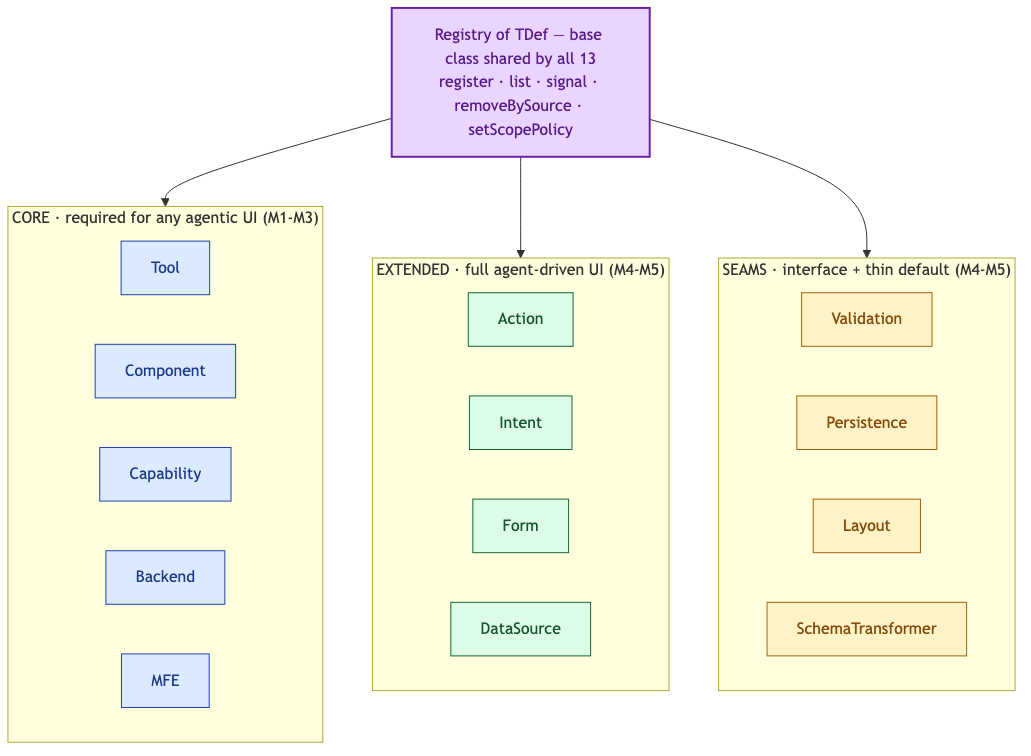
This is docs/assets/registry-tiers.png from sahassakhare/agentic-ui, a Mermaid export, as it was before one commit. Its source is kept beside it as docs/assets/registry-tiers.mmd.
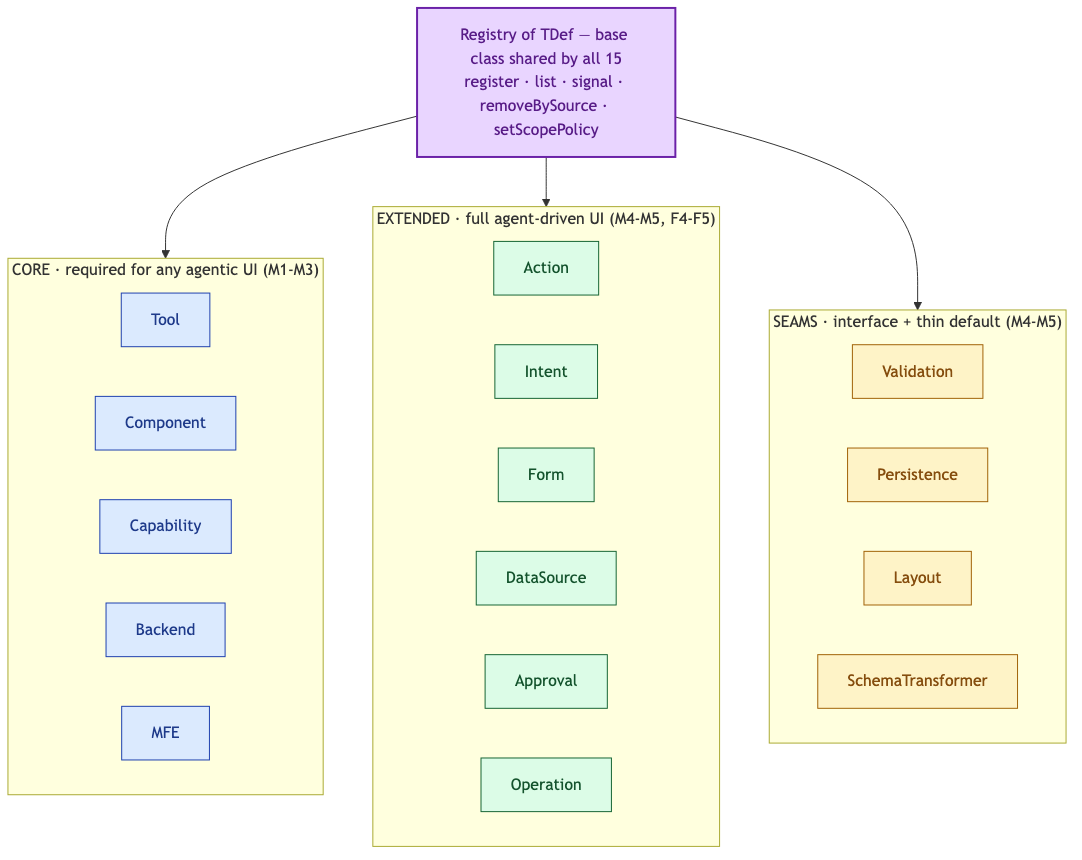
The same file after the commit.

The edit, as a diff of the source:
```diff
@@ -4,7 +4,7 @@
     classDef seam fill:#fef3c7,stroke:#a16207,stroke-width:1px,color:#854d0e
     classDef base fill:#e9d5ff,stroke:#6b21a8,stroke-width:2px,color:#581c87
 
-    BASE["Registry of TDef — base class shared by all 13<br/>register · list · signal · removeBySource · setScopePolicy"]:::base
+    BASE["Registry of TDef — base class shared by all 15<br/>register · list · signal · removeBySource · setScopePolicy"]:::base
 
     subgraph CORE["CORE · required for any agentic UI (M1-M3)"]
         direction LR
@@ -15,12 +15,14 @@
         T5[MFE]:::core
     end
 
-    subgraph EXT["EXTENDED · full agent-driven UI (M4-M5)"]
+    subgraph EXT["EXTENDED · full agent-driven UI (M4-M5, F4-F5)"]
         direction LR
         E1[Action]:::ext
         E2[Intent]:::ext
         E3[Form]:::ext
         E4[DataSource]:::ext
+        E5[Approval]:::ext
+        E6[Operation]:::ext
     end
 
     subgraph SEAM["SEAMS · interface + thin default (M4-M5)"]
```
